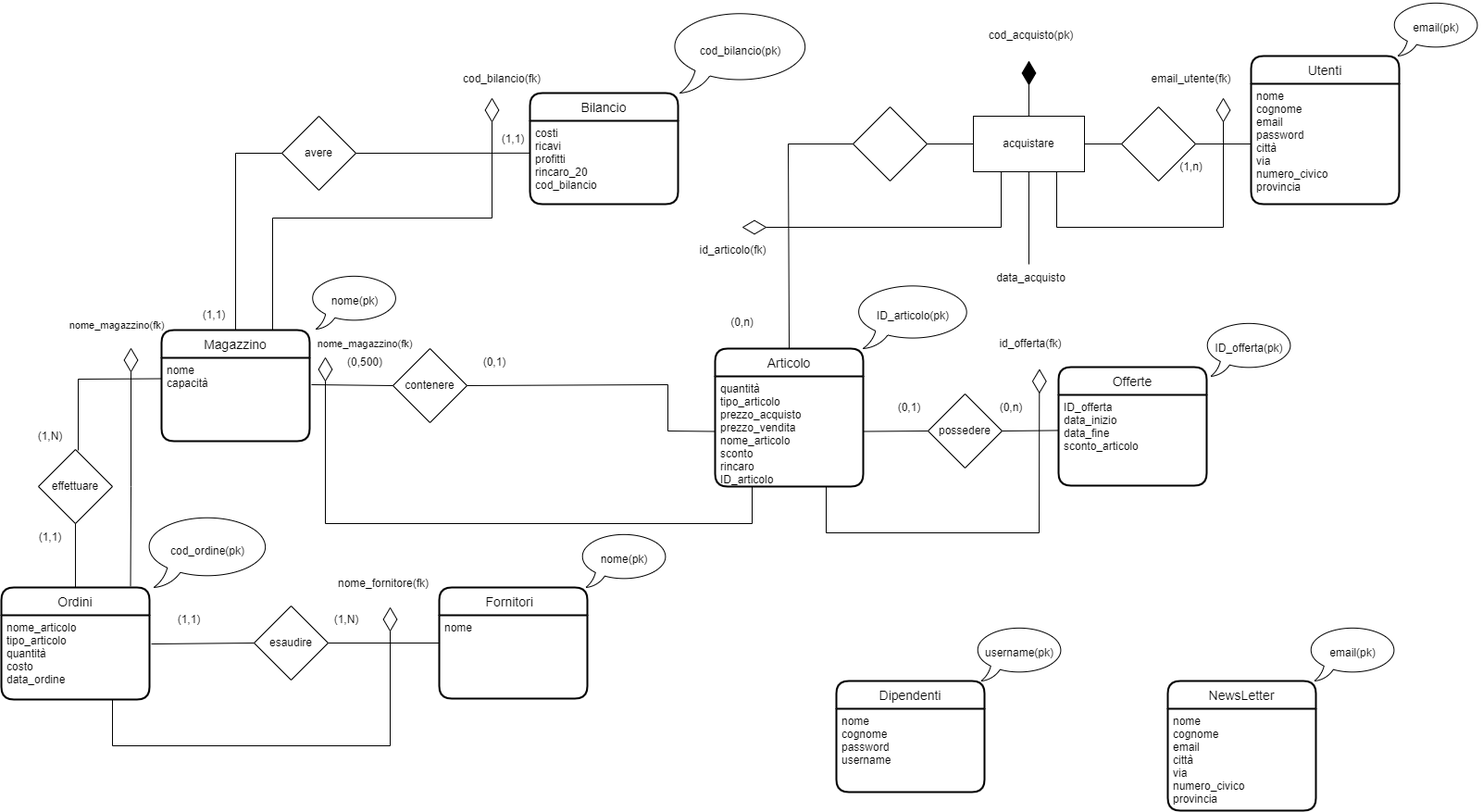
Bugigio/Negozi-Sportivi keeps this draw.io diagram as PL.png. Above is the earlier version. Source tidied: cells renumbered, new cells last; positions are measured from the earlier drawing's top-left corner, leaving out a move shared by most shapes.
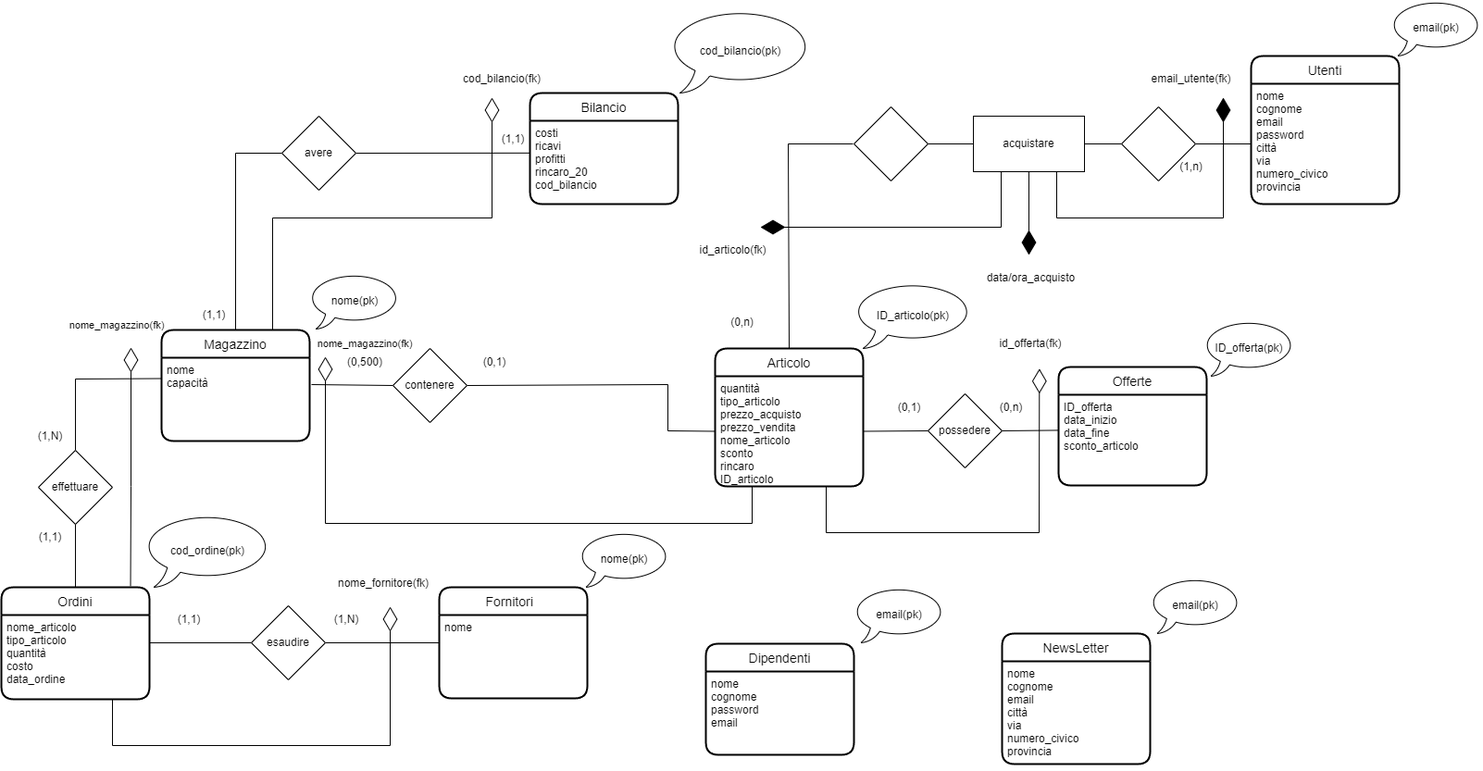
Above is the later version.

Diff of the diagram source:
```diff
@@ -2,18 +2,6 @@
   <root>
     <mxCell id="0" />
     <mxCell id="1" parent="0" />
-    <mxCell id="2" value="contenere" style="rhombus;whiteSpace=wrap;html=1;fillColor=#FFFFFF;" parent="1" vertex="1">
-      <mxGeometry x="423" y="376" width="80" height="80" as="geometry" />
-    </mxCell>
-    <mxCell id="3" value="esaudire" style="rhombus;whiteSpace=wrap;html=1;fillColor=#FFFFFF;" parent="1" vertex="1">
-      <mxGeometry x="273" y="654" width="80" height="80" as="geometry" />
-    </mxCell>
-    <mxCell id="4" value="effettuare" style="rhombus;whiteSpace=wrap;html=1;fillColor=#FFFFFF;" parent="1" vertex="1">
-      <mxGeometry x="40" y="485" width="80" height="80" as="geometry" />
-    </mxCell>
-    <mxCell id="5" value="avere" style="rhombus;whiteSpace=wrap;html=1;fillColor=#FFFFFF;" parent="1" vertex="1">
-      <mxGeometry x="303" y="125" width="80" height="80" as="geometry" />
-    </mxCell>
     <mxCell id="6" value="(1,N)" style="text;html=1;strokeColor=none;fillColor=none;align=center;verticalAlign=middle;whiteSpace=wrap;rounded=0;" parent="1" vertex="1">
       <mxGeometry x="23" y="456" width="60" height="30" as="geometry" />
     </mxCell>
@@ -74,38 +62,45 @@
     <mxCell id="25" value="ID_offerta&#10;data_inizio&#10;data_fine&#10;sconto_articolo" style="align=left;strokeColor=none;fillColor=none;spacingLeft=4;fontSize=12;verticalAlign=top;" parent="24" vertex="1">
       <mxGeometry y="30" width="160" height="98" as="geometry" />
     </mxCell>
-    <mxCell id="26" style="endArrow=none;html=1;rounded=0;exitX=0.5;exitY=0;exitDx=0;exitDy=0;entryX=0;entryY=0.5;entryDx=0;entryDy=0;" parent="1" edge="1" source="22" target="5">
+    <mxCell id="26" style="endArrow=none;html=1;rounded=0;exitX=0.5;exitY=0;exitDx=0;exitDy=0;entryX=0;entryY=0.5;entryDx=0;entryDy=0;" parent="1" edge="1" source="22">
       <mxGeometry relative="1" as="geometry">
+        <mxPoint x="303" y="165" as="targetPoint" />
         <Array as="points">
           <mxPoint x="253" y="165" />
         </Array>
       </mxGeometry>
     </mxCell>
-    <mxCell id="27" style="endArrow=none;html=1;rounded=0;entryX=1;entryY=0.5;entryDx=0;entryDy=0;exitX=0.003;exitY=0.387;exitDx=0;exitDy=0;exitPerimeter=0;" parent="1" edge="1" source="17" target="5">
-      <mxGeometry relative="1" as="geometry" />
+    <mxCell id="27" style="endArrow=none;html=1;rounded=0;entryX=1;entryY=0.5;entryDx=0;entryDy=0;exitX=0.003;exitY=0.387;exitDx=0;exitDy=0;exitPerimeter=0;" parent="1" edge="1" source="17">
+      <mxGeometry relative="1" as="geometry">
+        <mxPoint x="383" y="165" as="targetPoint" />
+      </mxGeometry>
     </mxCell>
-    <mxCell id="28" style="endArrow=none;html=1;rounded=0;entryX=0;entryY=0.5;entryDx=0;entryDy=0;" parent="1" edge="1" target="2">
+    <mxCell id="28" style="endArrow=none;html=1;rounded=0;entryX=0;entryY=0.5;entryDx=0;entryDy=0;" parent="1" edge="1">
       <mxGeometry relative="1" as="geometry">
         <mxPoint x="335" y="415" as="sourcePoint" />
+        <mxPoint x="423" y="416" as="targetPoint" />
       </mxGeometry>
     </mxCell>
-    <mxCell id="29" style="endArrow=none;html=1;rounded=0;exitX=1;exitY=0.5;exitDx=0;exitDy=0;entryX=0;entryY=0.5;entryDx=0;entryDy=0;" parent="1" edge="1" source="2" target="15">
+    <mxCell id="29" style="endArrow=none;html=1;rounded=0;exitX=1;exitY=0.5;exitDx=0;exitDy=0;entryX=0;entryY=0.5;entryDx=0;entryDy=0;" parent="1" edge="1" target="15">
       <mxGeometry relative="1" as="geometry">
+        <mxPoint x="503" y="416" as="sourcePoint" />
         <Array as="points">
           <mxPoint x="720" y="415" />
           <mxPoint x="720" y="465" />
         </Array>
       </mxGeometry>
     </mxCell>
-    <mxCell id="30" style="endArrow=none;html=1;rounded=0;exitX=1;exitY=1;exitDx=0;exitDy=0;entryX=0;entryY=0.25;entryDx=0;entryDy=0;" parent="1" edge="1" source="6" target="23">
+    <mxCell id="30" style="endArrow=none;html=1;rounded=0;exitX=0.5;exitY=0;exitDx=0;exitDy=0;entryX=0;entryY=0.25;entryDx=0;entryDy=0;" parent="1" edge="1" source="4" target="23">
       <mxGeometry relative="1" as="geometry">
         <Array as="points">
-          <mxPoint x="83" y="409" />
+          <mxPoint x="80" y="409" />
         </Array>
       </mxGeometry>
     </mxCell>
-    <mxCell id="31" style="endArrow=none;html=1;rounded=0;exitX=0.5;exitY=1;exitDx=0;exitDy=0;entryX=0.5;entryY=0;entryDx=0;entryDy=0;" parent="1" edge="1" source="4" target="20">
-      <mxGeometry relative="1" as="geometry" />
+    <mxCell id="31" style="endArrow=none;html=1;rounded=0;exitX=0.5;exitY=1;exitDx=0;exitDy=0;entryX=0.5;entryY=0;entryDx=0;entryDy=0;" parent="1" edge="1" target="20">
+      <mxGeometry relative="1" as="geometry">
+        <mxPoint x="80" y="565" as="sourcePoint" />
+      </mxGeometry>
     </mxCell>
     <mxCell id="32" style="endArrow=none;html=1;rounded=0;exitX=1;exitY=0.5;exitDx=0;exitDy=0;entryX=0;entryY=0.5;entryDx=0;entryDy=0;" parent="1" edge="1" source="3" target="18">
       <mxGeometry relative="1" as="geometry" />
@@ -164,7 +159,7 @@
         </Array>
       </mxGeometry>
     </mxCell>
-    <mxCell id="47" style="endArrow=none;html=1;rounded=0;entryX=0;entryY=0.5;entryDx=0;entryDy=0;exitX=1.013;exitY=0.341;exitDx=0;exitDy=0;exitPerimeter=0;" parent="1" edge="1" source="21" target="3">
+    <mxCell id="47" style="endArrow=none;html=1;rounded=0;entryX=0;entryY=0.5;entryDx=0;entryDy=0;exitX=1;exitY=0.33;exitDx=0;exitDy=0;exitPerimeter=0;" parent="1" edge="1" source="21" target="3">
       <mxGeometry relative="1" as="geometry" />
     </mxCell>
     <mxCell id="48" value="nome_fornitore(fk)" style="text;html=1;strokeColor=none;fillColor=none;align=center;verticalAlign=middle;whiteSpace=wrap;rounded=0;" parent="1" vertex="1">
@@ -206,9 +201,9 @@
       <mxGeometry x="1082" y="356" width="60" height="30" as="geometry" />
     </mxCell>
     <mxCell id="55" value="Dipendenti" style="swimlane;horizontal=1;startSize=30;rounded=1;fontSize=14;fontStyle=0;strokeWidth=2;shadow=0;dashed=0;align=center;fillColor=default;" parent="1" vertex="1">
-      <mxGeometry x="902" y="735" width="160" height="120" as="geometry" />
+      <mxGeometry x="761" y="695" width="160" height="120" as="geometry" />
     </mxCell>
-    <mxCell id="56" value="nome&#10;cognome&#10;password &#10;username&#10;&#10;" style="align=left;strokeColor=none;fillColor=none;spacingLeft=4;fontSize=12;verticalAlign=top;" parent="55" vertex="1">
+    <mxCell id="56" value="nome&#10;cognome&#10;password &#10;email&#10;" style="align=left;strokeColor=none;fillColor=none;spacingLeft=4;fontSize=12;verticalAlign=top;" parent="55" vertex="1">
       <mxGeometry y="30" width="160" height="90" as="geometry" />
     </mxCell>
     <mxCell id="57" value="Utenti" style="swimlane;horizontal=1;startSize=30;rounded=1;fontSize=14;fontStyle=0;strokeWidth=2;shadow=0;dashed=0;align=center;fillColor=default;" parent="1" vertex="1">
@@ -220,66 +215,37 @@
     <mxCell id="59" value="acquistare" style="rounded=0;whiteSpace=wrap;html=1;" parent="1" vertex="1">
       <mxGeometry x="1050" y="125" width="120" height="60" as="geometry" />
     </mxCell>
-    <mxCell id="60" style="rhombus;whiteSpace=wrap;html=1;fillColor=#FFFFFF;" parent="1" vertex="1">
-      <mxGeometry x="920" y="115" width="80" height="80" as="geometry" />
-    </mxCell>
-    <mxCell id="61" style="rhombus;whiteSpace=wrap;html=1;fillColor=#FFFFFF;" parent="1" vertex="1">
-      <mxGeometry x="1210" y="115" width="80" height="80" as="geometry" />
-    </mxCell>
-    <mxCell id="62" style="endArrow=none;html=1;rounded=0;exitX=1;exitY=0.5;exitDx=0;exitDy=0;entryX=0;entryY=0.5;entryDx=0;entryDy=0;" parent="1" edge="1" source="60" target="59">
-      <mxGeometry relative="1" as="geometry" />
+    <mxCell id="62" style="endArrow=none;html=1;rounded=0;exitX=1;exitY=0.5;exitDx=0;exitDy=0;entryX=0;entryY=0.5;entryDx=0;entryDy=0;" parent="1" edge="1" target="59">
+      <mxGeometry relative="1" as="geometry">
+        <mxPoint x="1000" y="155" as="sourcePoint" />
+      </mxGeometry>
     </mxCell>
-    <mxCell id="63" style="endArrow=none;html=1;rounded=0;exitX=1;exitY=0.5;exitDx=0;exitDy=0;entryX=0;entryY=0.5;entryDx=0;entryDy=0;" parent="1" edge="1" source="59" target="61">
-      <mxGeometry relative="1" as="geometry" />
+    <mxCell id="63" style="endArrow=none;html=1;rounded=0;exitX=1;exitY=0.5;exitDx=0;exitDy=0;entryX=0;entryY=0.5;entryDx=0;entryDy=0;" parent="1" edge="1" source="59">
+      <mxGeometry relative="1" as="geometry">
+        <mxPoint x="1210" y="155" as="targetPoint" />
+      </mxGeometry>
     </mxCell>
-    <mxCell id="64" style="endArrow=none;html=1;rounded=0;exitX=1;exitY=0.5;exitDx=0;exitDy=0;entryX=0;entryY=0.5;entryDx=0;entryDy=0;" parent="1" edge="1" source="61" target="58">
-      <mxGeometry relative="1" as="geometry" />
+    <mxCell id="64" style="endArrow=none;html=1;rounded=0;exitX=1;exitY=0.5;exitDx=0;exitDy=0;entryX=0;entryY=0.5;entryDx=0;entryDy=0;" parent="1" edge="1" target="58">
+      <mxGeometry relative="1" as="geometry">
+        <mxPoint x="1290" y="155" as="sourcePoint" />
+      </mxGeometry>
     </mxCell>
-    <mxCell id="65" style="endArrow=none;html=1;rounded=0;exitX=0;exitY=0.5;exitDx=0;exitDy=0;entryX=0.5;entryY=0;entryDx=0;entryDy=0;" parent="1" edge="1" source="60" target="14">
+    <mxCell id="65" style="endArrow=none;html=1;rounded=0;exitX=0;exitY=0.5;exitDx=0;exitDy=0;entryX=0.5;entryY=0;entryDx=0;entryDy=0;" parent="1" edge="1" target="14">
       <mxGeometry relative="1" as="geometry">
+        <mxPoint x="920" y="155" as="sourcePoint" />
         <Array as="points">
           <mxPoint x="850" y="155" />
         </Array>
       </mxGeometry>
     </mxCell>
-    <mxCell id="66" style="endArrow=diamondThin;endFill=1;endSize=24;html=1;rounded=0;exitX=0.5;exitY=0;exitDx=0;exitDy=0;" parent="1" edge="1" source="59">
-      <mxGeometry relative="1" as="geometry">
-        <mxPoint x="1110" y="65" as="targetPoint" />
-      </mxGeometry>
-    </mxCell>
-    <mxCell id="67" value="cod_acquisto(pk)" style="text;html=1;align=center;verticalAlign=middle;strokeColor=none;fillColor=none;" parent="1" vertex="1">
-      <mxGeometry x="1057" y="23" width="110" height="30" as="geometry" />
-    </mxCell>
-    <mxCell id="68" style="endArrow=diamondThin;endFill=0;endSize=24;html=1;rounded=0;exitX=0.25;exitY=1;exitDx=0;exitDy=0;" parent="1" edge="1" source="59">
-      <mxGeometry relative="1" as="geometry">
-        <mxPoint x="800" y="245" as="targetPoint" />
-        <Array as="points">
-          <mxPoint x="1080" y="245" />
-        </Array>
-      </mxGeometry>
-    </mxCell>
     <mxCell id="69" value="id_articolo(fk)" style="text;html=1;align=center;verticalAlign=middle;strokeColor=none;fillColor=none;" parent="1" vertex="1">
       <mxGeometry x="740" y="255" width="100" height="30" as="geometry" />
     </mxCell>
-    <mxCell id="70" style="endArrow=diamondThin;endFill=0;endSize=24;html=1;rounded=0;exitX=0.75;exitY=1;exitDx=0;exitDy=0;" parent="1" edge="1" source="59">
-      <mxGeometry relative="1" as="geometry">
-        <mxPoint x="1320" y="105" as="targetPoint" />
-        <Array as="points">
-          <mxPoint x="1140" y="245" />
-          <mxPoint x="1320" y="245" />
-        </Array>
-      </mxGeometry>
-    </mxCell>
     <mxCell id="71" value="email_utente(fk)" style="text;html=1;align=center;verticalAlign=middle;strokeColor=none;fillColor=none;" parent="1" vertex="1">
       <mxGeometry x="1230" y="70" width="110" height="30" as="geometry" />
     </mxCell>
-    <mxCell id="72" style="endArrow=none;html=1;rounded=0;exitX=0.5;exitY=1;exitDx=0;exitDy=0;" parent="1" edge="1" source="59">
-      <mxGeometry relative="1" as="geometry">
-        <mxPoint x="1110" y="285" as="targetPoint" />
-      </mxGeometry>
-    </mxCell>
-    <mxCell id="73" value="data_acquisto" style="text;html=1;align=center;verticalAlign=middle;strokeColor=none;fillColor=none;" parent="1" vertex="1">
-      <mxGeometry x="1062" y="285" width="100" height="30" as="geometry" />
+    <mxCell id="73" value="data/ora_acquisto" style="text;html=1;align=center;verticalAlign=middle;strokeColor=none;fillColor=none;" parent="1" vertex="1">
+      <mxGeometry x="1052" y="285" width="120" height="30" as="geometry" />
     </mxCell>
     <mxCell id="74" value="email(pk)" style="whiteSpace=wrap;html=1;shape=mxgraph.basic.oval_callout;" parent="1" vertex="1">
       <mxGeometry x="1500" width="100" height="60" as="geometry" />
@@ -290,17 +256,57 @@
     <mxCell id="76" value="(1,n)" style="text;html=1;align=center;verticalAlign=middle;strokeColor=none;fillColor=none;" parent="1" vertex="1">
       <mxGeometry x="1260" y="165" width="50" height="30" as="geometry" />
     </mxCell>
+    <mxCell id="81" style="rhombus;whiteSpace=wrap;html=1;" parent="1" vertex="1">
+      <mxGeometry x="921" y="115" width="80" height="80" as="geometry" />
+    </mxCell>
+    <mxCell id="82" style="rhombus;whiteSpace=wrap;html=1;" parent="1" vertex="1">
+      <mxGeometry x="1210" y="115" width="80" height="80" as="geometry" />
+    </mxCell>
+    <mxCell id="83" style="endArrow=diamondThin;endFill=1;endSize=24;html=1;rounded=0;exitX=0.75;exitY=1;exitDx=0;exitDy=0;" parent="1" edge="1" source="59">
+      <mxGeometry relative="1" as="geometry">
+        <mxPoint x="1320" y="105" as="targetPoint" />
+        <Array as="points">
+          <mxPoint x="1140" y="235" />
+          <mxPoint x="1320" y="235" />
+        </Array>
+      </mxGeometry>
+    </mxCell>
+    <mxCell id="84" style="endArrow=diamondThin;endFill=1;endSize=24;html=1;rounded=0;exitX=0.25;exitY=1;exitDx=0;exitDy=0;" parent="1" edge="1" source="59">
+      <mxGeometry relative="1" as="geometry">
+        <mxPoint x="820" y="245" as="targetPoint" />
+        <Array as="points">
+          <mxPoint x="1080" y="245" />
+        </Array>
+      </mxGeometry>
+    </mxCell>
+    <mxCell id="85" style="endArrow=diamondThin;endFill=1;endSize=24;html=1;rounded=0;exitX=0.5;exitY=1;exitDx=0;exitDy=0;" parent="1" edge="1" source="59">
+      <mxGeometry relative="1" as="geometry">
+        <mxPoint x="1110" y="275" as="targetPoint" />
+      </mxGeometry>
+    </mxCell>
+    <mxCell id="2" value="contenere" style="rhombus;whiteSpace=wrap;html=1;" parent="1" vertex="1">
+      <mxGeometry x="423" y="376" width="80" height="80" as="geometry" />
+    </mxCell>
+    <mxCell id="5" value="avere" style="rhombus;whiteSpace=wrap;html=1;" parent="1" vertex="1">
+      <mxGeometry x="303" y="125" width="80" height="80" as="geometry" />
+    </mxCell>
+    <mxCell id="4" value="effettuare" style="rhombus;whiteSpace=wrap;html=1;" parent="1" vertex="1">
+      <mxGeometry x="40" y="486" width="80" height="80" as="geometry" />
+    </mxCell>
+    <mxCell id="3" value="esaudire" style="rhombus;whiteSpace=wrap;html=1;" parent="1" vertex="1">
+      <mxGeometry x="270" y="654" width="80" height="80" as="geometry" />
+    </mxCell>
     <mxCell id="77" value="NewsLetter" style="swimlane;horizontal=1;startSize=30;rounded=1;fontSize=14;fontStyle=0;strokeWidth=2;shadow=0;dashed=0;align=center;fillColor=default;" parent="1" vertex="1">
-      <mxGeometry x="1260" y="735" width="160" height="140" as="geometry" />
+      <mxGeometry x="1081" y="684" width="160" height="141" as="geometry" />
     </mxCell>
     <mxCell id="78" value="nome&#10;cognome&#10;email&#10;città&#10;via &#10;numero_civico&#10;provincia" style="align=left;strokeColor=none;fillColor=none;spacingLeft=4;fontSize=12;verticalAlign=top;" parent="77" vertex="1">
-      <mxGeometry y="30" width="160" height="110" as="geometry" />
+      <mxGeometry y="30" width="160" height="111" as="geometry" />
     </mxCell>
-    <mxCell id="79" value="username(pk)" style="whiteSpace=wrap;html=1;shape=mxgraph.basic.oval_callout;" parent="1" vertex="1">
-      <mxGeometry x="1050" y="675" width="100" height="60" as="geometry" />
-    </mxCell>
-    <mxCell id="80" value="email(pk)" style="whiteSpace=wrap;html=1;shape=mxgraph.basic.oval_callout;" parent="1" vertex="1">
-      <mxGeometry x="1410" y="675" width="100" height="60" as="geometry" />
-    </mxCell>
+    <mxCell id="86" value="email(pk)" style="whiteSpace=wrap;html=1;shape=mxgraph.basic.oval_callout;" parent="1" vertex="1">
+      <mxGeometry x="920" y="634" width="100" height="60" as="geometry" />
+    </mxCell>
+    <mxCell id="87" value="email(pk)" style="whiteSpace=wrap;html=1;shape=mxgraph.basic.oval_callout;" parent="1" vertex="1">
+      <mxGeometry x="1240" y="624" width="100" height="60" as="geometry" />
+    </mxCell>
   </root>
 </mxGraphModel>
```
